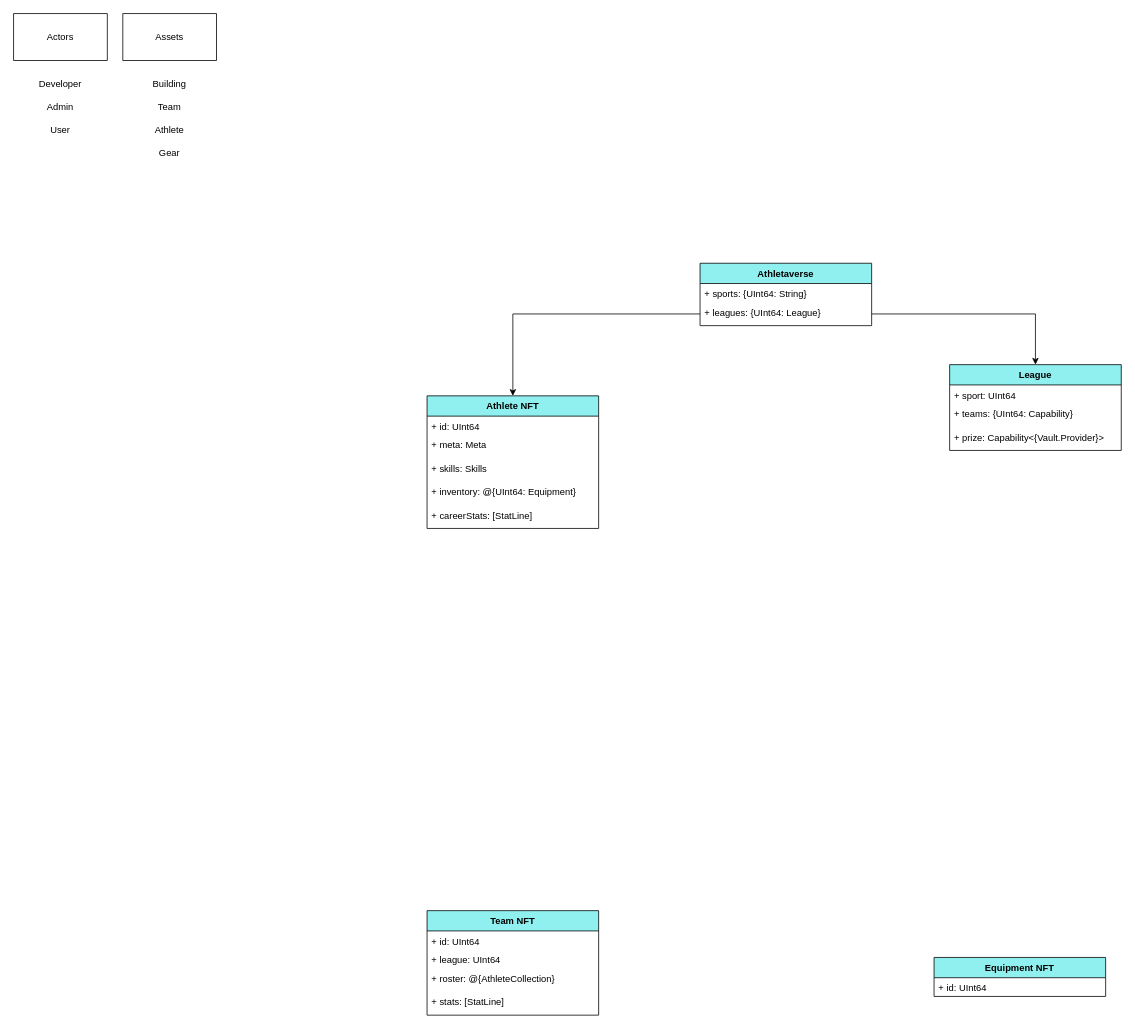
The draw.io diagram demo/Untitled Diagram.drawio in 0xAlchemist/Athletaverse, before the edit. Source tidied: cells renumbered, new cells numbered last; positions are measured from the earlier drawing's top-left corner, leaving out a move shared by most shapes. Both pictures are drawn from the tidied source at 78%, with x=0, y=0 at pixel (13, 13).
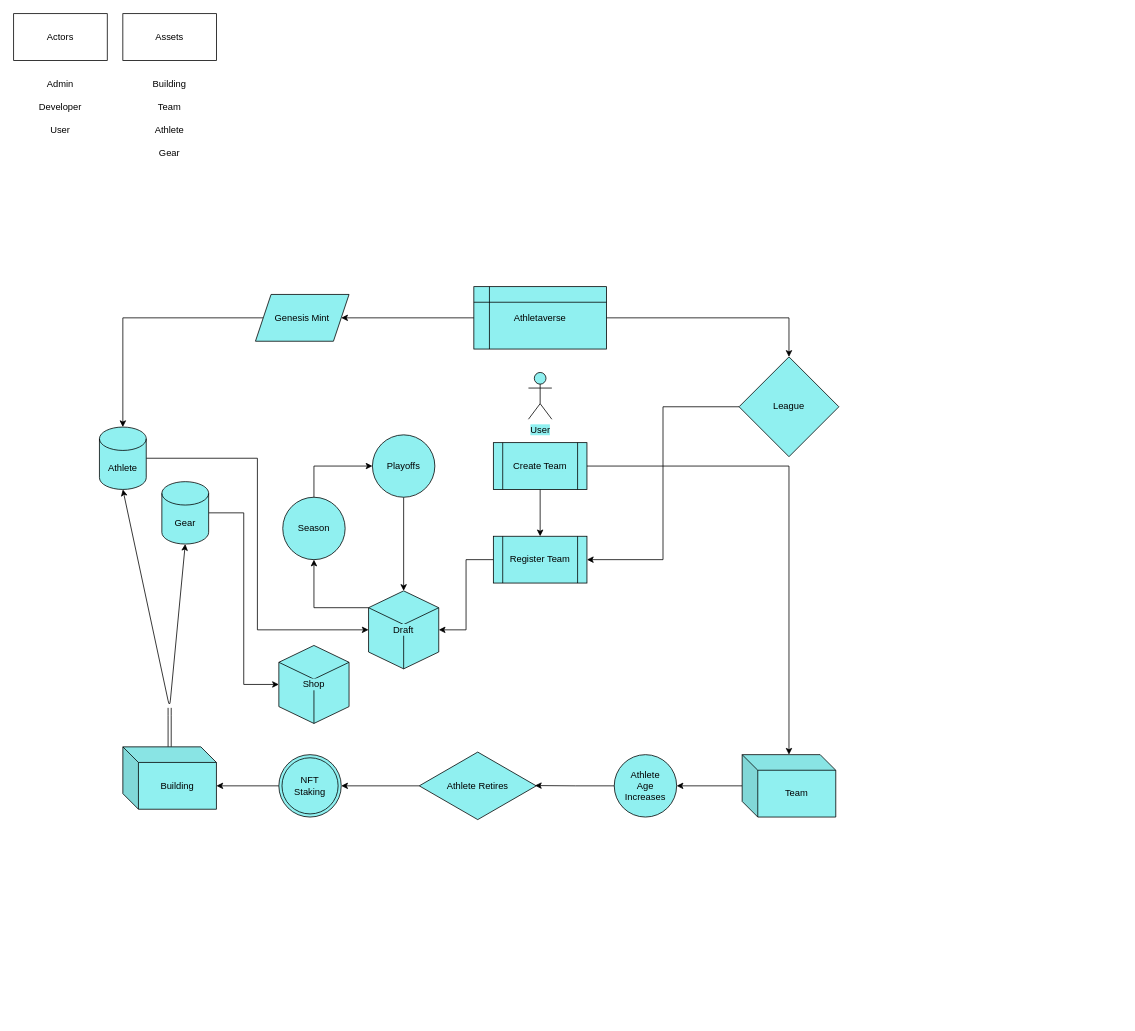
The same diagram, later.

Commit message:
update flow chart - simplified

Change to the diagram source:
```diff
@@
-    <mxCell id="4" value="Admin" style="text;html=1;strokeColor=none;fillColor=none;align=center;verticalAlign=middle;whiteSpace=wrap;rounded=0;" parent="1" vertex="1">
+    <mxCell id="4" value="Developer" style="text;html=1;strokeColor=none;fillColor=none;align=center;verticalAlign=middle;whiteSpace=wrap;rounded=0;" parent="1" vertex="1">
       <mxGeometry x="40" y="110" width="40" height="20" as="geometry" />
     </mxCell>
@@
-    <mxCell id="6" value="Developer" style="text;html=1;align=center;verticalAlign=middle;whiteSpace=wrap;rounded=0;shadow=0;" parent="1" vertex="1">
+    <mxCell id="6" value="Admin" style="text;html=1;align=center;verticalAlign=middle;whiteSpace=wrap;rounded=0;shadow=0;" parent="1" vertex="1">
       <mxGeometry x="40" y="80" width="40" height="20" as="geometry" />
     </mxCell>
@@
+    <mxCell id="33" style="edgeStyle=orthogonalEdgeStyle;rounded=0;jettySize=auto;html=1;entryX=1;entryY=0.5;entryDx=0;entryDy=0;" parent="1" edge="1" source="19" target="61">
+      <mxGeometry relative="1" as="geometry" />
+    </mxCell>
+    <mxCell id="19" value="League" style="rhombus;whiteSpace=wrap;html=1;shadow=0;labelBackgroundColor=#90F0F0;fillColor=#90F0F0;" parent="1" vertex="1">
+      <mxGeometry x="930" y="440" width="128" height="128" as="geometry" />
+    </mxCell>
+    <mxCell id="34" style="edgeStyle=orthogonalEdgeStyle;rounded=0;jettySize=auto;html=1;entryX=0;entryY=0.5;entryDx=0;entryDy=0;entryPerimeter=0;" parent="1" edge="1" source="35" target="53">
+      <mxGeometry relative="1" as="geometry" />
+    </mxCell>
+    <mxCell id="35" value="Athlete" style="shape=cylinder3;whiteSpace=wrap;html=1;boundedLbl=1;backgroundOutline=1;size=15;shadow=0;labelBackgroundColor=#90F0F0;fillColor=#90F0F0;" parent="1" vertex="1">
+      <mxGeometry x="110" y="530" width="60" height="80" as="geometry" />
+    </mxCell>
+    <mxCell id="36" style="edgeStyle=orthogonalEdgeStyle;rounded=0;jettySize=auto;html=1;entryX=0;entryY=0.5;entryDx=0;entryDy=0;entryPerimeter=0;" parent="1" edge="1" source="37" target="54">
+      <mxGeometry relative="1" as="geometry" />
+    </mxCell>
+    <mxCell id="37" value="Gear&lt;br&gt;" style="shape=cylinder3;whiteSpace=wrap;html=1;boundedLbl=1;backgroundOutline=1;size=15;shadow=0;labelBackgroundColor=#90F0F0;fillColor=#90F0F0;" parent="1" vertex="1">
+      <mxGeometry x="190" y="600" width="60" height="80" as="geometry" />
+    </mxCell>
+    <mxCell id="38" style="edgeStyle=orthogonalEdgeStyle;rounded=0;jettySize=auto;html=1;" parent="1" edge="1" source="39" target="65">
+      <mxGeometry relative="1" as="geometry" />
+    </mxCell>
+    <mxCell id="39" value="Team" style="shape=cube;whiteSpace=wrap;html=1;boundedLbl=1;backgroundOutline=1;darkOpacity=0.05;darkOpacity2=0.1;shadow=0;labelBackgroundColor=#90F0F0;fillColor=#90F0F0;" parent="1" vertex="1">
+      <mxGeometry x="934" y="950" width="120" height="80" as="geometry" />
+    </mxCell>
+    <mxCell id="40" style="edgeStyle=orthogonalEdgeStyle;rounded=0;jettySize=auto;html=1;entryX=0.5;entryY=0;entryDx=0;entryDy=0;" parent="1" edge="1" source="11" target="19">
+      <mxGeometry relative="1" as="geometry" />
+    </mxCell>
+    <mxCell id="41" style="edgeStyle=orthogonalEdgeStyle;rounded=0;jettySize=auto;html=1;entryX=1;entryY=0.5;entryDx=0;entryDy=0;" parent="1" edge="1" source="11" target="51">
+      <mxGeometry relative="1" as="geometry" />
+    </mxCell>
-    <mxCell id="11" value="Athletaverse" style="swimlane;fontStyle=1;align=center;verticalAlign=top;horizontal=1;startSize=26;shadow=0;fillColor=#90F0F0;" parent="1" vertex="1">
-      <mxGeometry x="880" y="320" width="220" height="80" as="geometry" />
+    <mxCell id="11" value="Athletaverse" style="shape=internalStorage;whiteSpace=wrap;html=1;backgroundOutline=1;shadow=0;labelBackgroundColor=#90F0F0;fillColor=#90F0F0;" parent="1" vertex="1">
+      <mxGeometry x="590" y="350" width="170" height="80" as="geometry" />
     </mxCell>
-    <mxCell id="12" value="+ sports: {UInt64: String}" style="text;strokeColor=none;fillColor=none;align=left;verticalAlign=top;spacingLeft=4;spacingRight=4;overflow=hidden;" parent="11" vertex="1">
-      <mxGeometry y="26" width="220" height="24" as="geometry" />
-    </mxCell>
-    <mxCell id="13" value="+ leagues: {UInt64: League}" style="text;strokeColor=none;fillColor=none;align=left;verticalAlign=top;spacingLeft=4;spacingRight=4;overflow=hidden;points=[[0,0.5],[1,0.5]];portConstraint=eastwest;" parent="11" vertex="1">
-      <mxGeometry y="50" width="220" height="30" as="geometry" />
-    </mxCell>
-    <mxCell id="14" value="Team NFT" style="swimlane;fontStyle=1;align=center;verticalAlign=top;horizontal=1;startSize=26;shadow=0;fillColor=#90F0F0;" parent="1" vertex="1">
-      <mxGeometry x="530" y="1150" width="220" height="134" as="geometry" />
-    </mxCell>
-    <mxCell id="15" value="+ id: UInt64" style="text;strokeColor=none;fillColor=none;align=left;verticalAlign=top;spacingLeft=4;spacingRight=4;overflow=hidden;" parent="14" vertex="1">
-      <mxGeometry y="26" width="220" height="24" as="geometry" />
-    </mxCell>
-    <mxCell id="16" value="+ league: UInt64" style="text;strokeColor=none;fillColor=none;align=left;verticalAlign=top;spacingLeft=4;spacingRight=4;overflow=hidden;" parent="14" vertex="1">
-      <mxGeometry y="50" width="220" height="24" as="geometry" />
-    </mxCell>
-    <mxCell id="17" value="+ roster: @{AthleteCollection}" style="text;strokeColor=none;fillColor=none;align=left;verticalAlign=top;spacingLeft=4;spacingRight=4;overflow=hidden;" parent="14" vertex="1">
-      <mxGeometry y="74" width="220" height="30" as="geometry" />
-    </mxCell>
-    <mxCell id="18" value="+ stats: [StatLine]" style="text;strokeColor=none;fillColor=none;align=left;verticalAlign=top;spacingLeft=4;spacingRight=4;overflow=hidden;" parent="14" vertex="1">
-      <mxGeometry y="104" width="220" height="30" as="geometry" />
-    </mxCell>
-    <mxCell id="19" value="League" style="swimlane;fontStyle=1;align=center;verticalAlign=top;horizontal=1;startSize=26;shadow=0;fillColor=#90F0F0;" parent="1" vertex="1">
-      <mxGeometry x="1200" y="450" width="220" height="110" as="geometry" />
-    </mxCell>
-    <mxCell id="20" value="+ sport: UInt64" style="text;strokeColor=none;fillColor=none;align=left;verticalAlign=top;spacingLeft=4;spacingRight=4;overflow=hidden;" parent="19" vertex="1">
-      <mxGeometry y="26" width="220" height="24" as="geometry" />
-    </mxCell>
-    <mxCell id="21" value="+ teams: {UInt64: Capability}" style="text;strokeColor=none;fillColor=none;align=left;verticalAlign=top;spacingLeft=4;spacingRight=4;overflow=hidden;" parent="19" vertex="1">
-      <mxGeometry y="50" width="220" height="30" as="geometry" />
-    </mxCell>
-    <mxCell id="22" value="+ prize: Capability&lt;{Vault.Provider}&gt;" style="text;strokeColor=none;fillColor=none;align=left;verticalAlign=top;spacingLeft=4;spacingRight=4;overflow=hidden;" parent="19" vertex="1">
-      <mxGeometry y="80" width="220" height="30" as="geometry" />
-    </mxCell>
-    <mxCell id="23" value="Athlete NFT" style="swimlane;fontStyle=1;align=center;verticalAlign=top;horizontal=1;startSize=26;shadow=0;fillColor=#90F0F0;" parent="1" vertex="1">
-      <mxGeometry x="530" y="490" width="220" height="170" as="geometry" />
-    </mxCell>
-    <mxCell id="24" value="+ id: UInt64" style="text;strokeColor=none;fillColor=none;align=left;verticalAlign=top;spacingLeft=4;spacingRight=4;overflow=hidden;" parent="23" vertex="1">
-      <mxGeometry y="26" width="220" height="24" as="geometry" />
-    </mxCell>
-    <mxCell id="25" value="+ meta: Meta" style="text;strokeColor=none;fillColor=none;align=left;verticalAlign=top;spacingLeft=4;spacingRight=4;overflow=hidden;" parent="23" vertex="1">
-      <mxGeometry y="50" width="220" height="30" as="geometry" />
-    </mxCell>
-    <mxCell id="26" value="+ skills: Skills" style="text;strokeColor=none;fillColor=none;align=left;verticalAlign=top;spacingLeft=4;spacingRight=4;overflow=hidden;" parent="23" vertex="1">
-      <mxGeometry y="80" width="220" height="30" as="geometry" />
-    </mxCell>
-    <mxCell id="27" value="+ inventory: @{UInt64: Equipment}" style="text;strokeColor=none;fillColor=none;align=left;verticalAlign=top;spacingLeft=4;spacingRight=4;overflow=hidden;" parent="23" vertex="1">
-      <mxGeometry y="110" width="220" height="30" as="geometry" />
-    </mxCell>
-    <mxCell id="28" value="+ careerStats: [StatLine]" style="text;strokeColor=none;fillColor=none;align=left;verticalAlign=top;spacingLeft=4;spacingRight=4;overflow=hidden;" parent="23" vertex="1">
-      <mxGeometry y="140" width="220" height="30" as="geometry" />
-    </mxCell>
-    <mxCell id="29" value="Equipment NFT" style="swimlane;fontStyle=1;align=center;verticalAlign=top;horizontal=1;startSize=26;shadow=0;fillColor=#90F0F0;" parent="1" vertex="1">
-      <mxGeometry x="1180" y="1210" width="220" height="50" as="geometry" />
-    </mxCell>
-    <mxCell id="30" value="+ id: UInt64" style="text;strokeColor=none;fillColor=none;align=left;verticalAlign=top;spacingLeft=4;spacingRight=4;overflow=hidden;" parent="29" vertex="1">
-      <mxGeometry y="26" width="220" height="24" as="geometry" />
-    </mxCell>
-    <mxCell id="31" style="edgeStyle=orthogonalEdgeStyle;rounded=0;jettySize=auto;html=1;" parent="1" edge="1" source="13" target="19">
-      <mxGeometry relative="1" as="geometry" />
-    </mxCell>
-    <mxCell id="32" style="edgeStyle=orthogonalEdgeStyle;rounded=0;jettySize=auto;html=1;entryX=0.5;entryY=0;entryDx=0;entryDy=0;" parent="1" edge="1" source="13" target="23">
-      <mxGeometry relative="1" as="geometry" />
-    </mxCell>
+    <mxCell id="42" style="edgeStyle=orthogonalEdgeStyle;shape=link;rounded=0;jettySize=auto;html=1;" parent="1" edge="1" source="43">
+      <mxGeometry relative="1" as="geometry">
+        <mxPoint x="200" y="890" as="targetPoint" />
+        <Array as="points">
+          <mxPoint x="200" y="900" />
+        </Array>
+      </mxGeometry>
+    </mxCell>
+    <mxCell id="43" value="Building" style="shape=cube;whiteSpace=wrap;html=1;boundedLbl=1;backgroundOutline=1;darkOpacity=0.05;darkOpacity2=0.1;shadow=0;labelBackgroundColor=#90F0F0;fillColor=#90F0F0;" parent="1" vertex="1">
+      <mxGeometry x="140" y="940" width="120" height="80" as="geometry" />
+    </mxCell>
+    <mxCell id="44" style="edgeStyle=orthogonalEdgeStyle;rounded=0;jettySize=auto;html=1;entryX=0;entryY=0;entryDx=120;entryDy=50;entryPerimeter=0;" parent="1" edge="1" source="46" target="43">
+      <mxGeometry relative="1" as="geometry" />
+    </mxCell>
+    <mxCell id="45" value="Athlete Retires" style="html=1;whiteSpace=wrap;shape=isoRectangle;shadow=0;labelBackgroundColor=#90F0F0;fillColor=#90F0F0;" parent="1" vertex="1">
+      <mxGeometry x="520" y="945" width="150" height="90" as="geometry" />
+    </mxCell>
+    <mxCell id="46" value="NFT &lt;br&gt;Staking" style="ellipse;shape=doubleEllipse;whiteSpace=wrap;html=1;shadow=0;labelBackgroundColor=#90F0F0;fillColor=#90F0F0;" parent="1" vertex="1">
+      <mxGeometry x="340" y="950" width="80" height="80" as="geometry" />
+    </mxCell>
+    <mxCell id="47" style="edgeStyle=orthogonalEdgeStyle;rounded=0;jettySize=auto;html=1;" parent="1" edge="1" source="45" target="46">
+      <mxGeometry relative="1" as="geometry" />
+    </mxCell>
+    <mxCell id="48" style="endArrow=classic;startArrow=classic;html=1;exitX=0.5;exitY=1;exitDx=0;exitDy=0;exitPerimeter=0;entryX=0.5;entryY=1;entryDx=0;entryDy=0;entryPerimeter=0;" parent="1" edge="1" source="35" target="37">
+      <mxGeometry relative="1" as="geometry">
+        <Array as="points">
+          <mxPoint x="200" y="890" />
+        </Array>
+      </mxGeometry>
+    </mxCell>
+    <mxCell id="49" value="User" style="shape=umlActor;verticalLabelPosition=bottom;verticalAlign=top;html=1;shadow=0;labelBackgroundColor=#90F0F0;fillColor=#90F0F0;" parent="1" vertex="1">
+      <mxGeometry x="660" y="460" width="30" height="60" as="geometry" />
+    </mxCell>
+    <mxCell id="50" style="edgeStyle=orthogonalEdgeStyle;rounded=0;jettySize=auto;html=1;entryX=0.5;entryY=0;entryDx=0;entryDy=0;entryPerimeter=0;" parent="1" edge="1" source="51" target="35">
+      <mxGeometry relative="1" as="geometry" />
+    </mxCell>
+    <mxCell id="51" value="Genesis Mint" style="shape=parallelogram;perimeter=parallelogramPerimeter;whiteSpace=wrap;html=1;fixedSize=1;shadow=0;labelBackgroundColor=#90F0F0;fillColor=#90F0F0;" parent="1" vertex="1">
+      <mxGeometry x="310" y="360" width="120" height="60" as="geometry" />
+    </mxCell>
+    <mxCell id="52" style="edgeStyle=orthogonalEdgeStyle;rounded=0;jettySize=auto;html=1;exitX=0;exitY=0;exitDx=0;exitDy=21.60708831721044;exitPerimeter=0;entryX=0.5;entryY=1;entryDx=0;entryDy=0;" parent="1" edge="1" source="53" target="59">
+      <mxGeometry relative="1" as="geometry" />
+    </mxCell>
+    <mxCell id="53" value="Draft" style="html=1;whiteSpace=wrap;shape=isoCube2;backgroundOutline=1;isoAngle=15;shadow=0;labelBackgroundColor=#90F0F0;fillColor=#90F0F0;" parent="1" vertex="1">
+      <mxGeometry x="455" y="740" width="90" height="100" as="geometry" />
+    </mxCell>
+    <mxCell id="54" value="Shop" style="html=1;whiteSpace=wrap;shape=isoCube2;backgroundOutline=1;isoAngle=15;shadow=0;labelBackgroundColor=#90F0F0;fillColor=#90F0F0;" parent="1" vertex="1">
+      <mxGeometry x="340" y="810" width="90" height="100" as="geometry" />
+    </mxCell>
+    <mxCell id="55" style="edgeStyle=orthogonalEdgeStyle;rounded=0;jettySize=auto;html=1;" parent="1" edge="1" source="57" target="39">
+      <mxGeometry relative="1" as="geometry" />
+    </mxCell>
+    <mxCell id="56" style="edgeStyle=orthogonalEdgeStyle;rounded=0;jettySize=auto;html=1;" parent="1" edge="1" source="57" target="61">
+      <mxGeometry relative="1" as="geometry" />
+    </mxCell>
+    <mxCell id="57" value="Create Team" style="shape=process;whiteSpace=wrap;html=1;backgroundOutline=1;shadow=0;labelBackgroundColor=#90F0F0;fillColor=#90F0F0;" parent="1" vertex="1">
+      <mxGeometry x="615" y="550" width="120" height="60" as="geometry" />
+    </mxCell>
+    <mxCell id="58" style="edgeStyle=orthogonalEdgeStyle;rounded=0;jettySize=auto;html=1;exitX=0.5;exitY=0;exitDx=0;exitDy=0;entryX=0;entryY=0.5;entryDx=0;entryDy=0;" parent="1" edge="1" source="59" target="63">
+      <mxGeometry relative="1" as="geometry" />
+    </mxCell>
+    <mxCell id="59" value="Season" style="ellipse;whiteSpace=wrap;html=1;shadow=0;labelBackgroundColor=#90F0F0;fillColor=#90F0F0;" parent="1" vertex="1">
+      <mxGeometry x="345" y="620" width="80" height="80" as="geometry" />
+    </mxCell>
+    <mxCell id="60" style="edgeStyle=orthogonalEdgeStyle;rounded=0;jettySize=auto;html=1;entryX=1;entryY=0.5;entryDx=0;entryDy=0;entryPerimeter=0;" parent="1" edge="1" source="61" target="53">
+      <mxGeometry relative="1" as="geometry" />
+    </mxCell>
+    <mxCell id="61" value="Register Team" style="shape=process;whiteSpace=wrap;html=1;backgroundOutline=1;shadow=0;labelBackgroundColor=#90F0F0;fillColor=#90F0F0;" parent="1" vertex="1">
+      <mxGeometry x="615" y="670" width="120" height="60" as="geometry" />
+    </mxCell>
+    <mxCell id="62" style="edgeStyle=orthogonalEdgeStyle;rounded=0;jettySize=auto;html=1;entryX=0.5;entryY=0;entryDx=0;entryDy=0;entryPerimeter=0;" parent="1" edge="1" source="63" target="53">
+      <mxGeometry relative="1" as="geometry" />
+    </mxCell>
+    <mxCell id="63" value="Playoffs" style="ellipse;whiteSpace=wrap;html=1;shadow=0;labelBackgroundColor=#90F0F0;fillColor=#90F0F0;" parent="1" vertex="1">
+      <mxGeometry x="460" y="540" width="80" height="80" as="geometry" />
+    </mxCell>
+    <mxCell id="64" style="edgeStyle=orthogonalEdgeStyle;rounded=0;jettySize=auto;html=1;entryX=0.989;entryY=0.496;entryDx=0;entryDy=0;entryPerimeter=0;" parent="1" edge="1" source="65" target="45">
+      <mxGeometry relative="1" as="geometry" />
+    </mxCell>
+    <mxCell id="65" value="Athlete&lt;br&gt;Age &lt;br&gt;Increases" style="ellipse;whiteSpace=wrap;html=1;shadow=0;labelBackgroundColor=#90F0F0;fillColor=#90F0F0;" parent="1" vertex="1">
+      <mxGeometry x="770" y="950" width="80" height="80" as="geometry" />
+    </mxCell>
```
